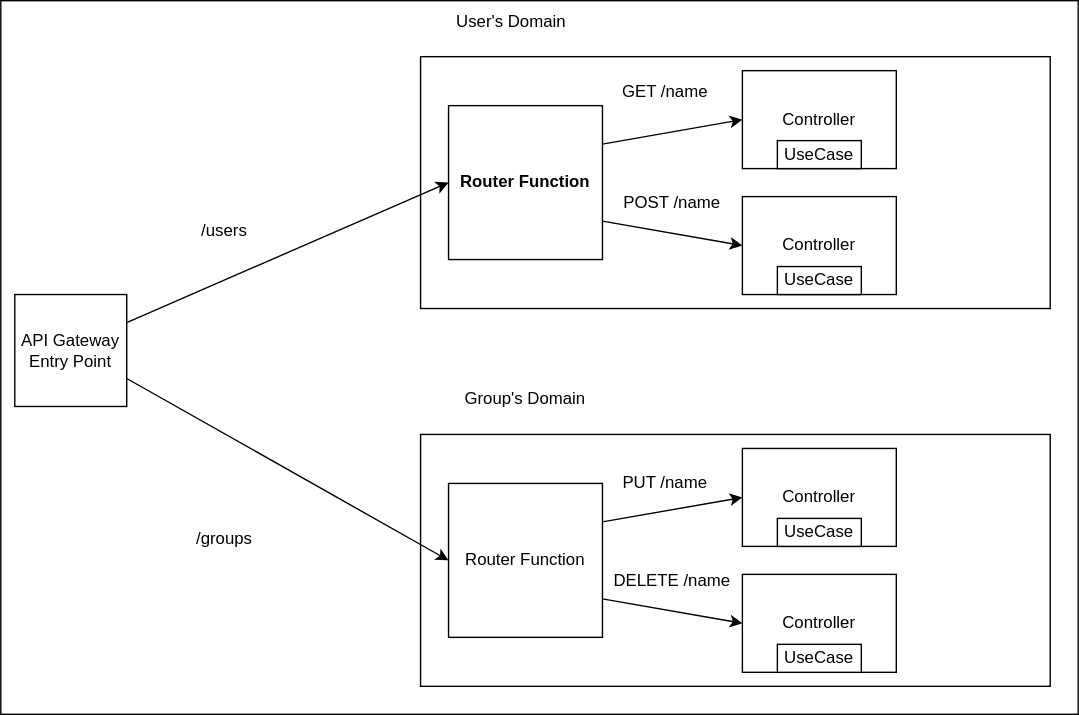
The draw.io diagram backend/main/img/routers.drawio.svg in nishiki-tech/nishiki-backend, before a commit. Source tidied: cells renumbered, new cells last; positions are measured from the earlier drawing's top-left corner, leaving out a move shared by most shapes.
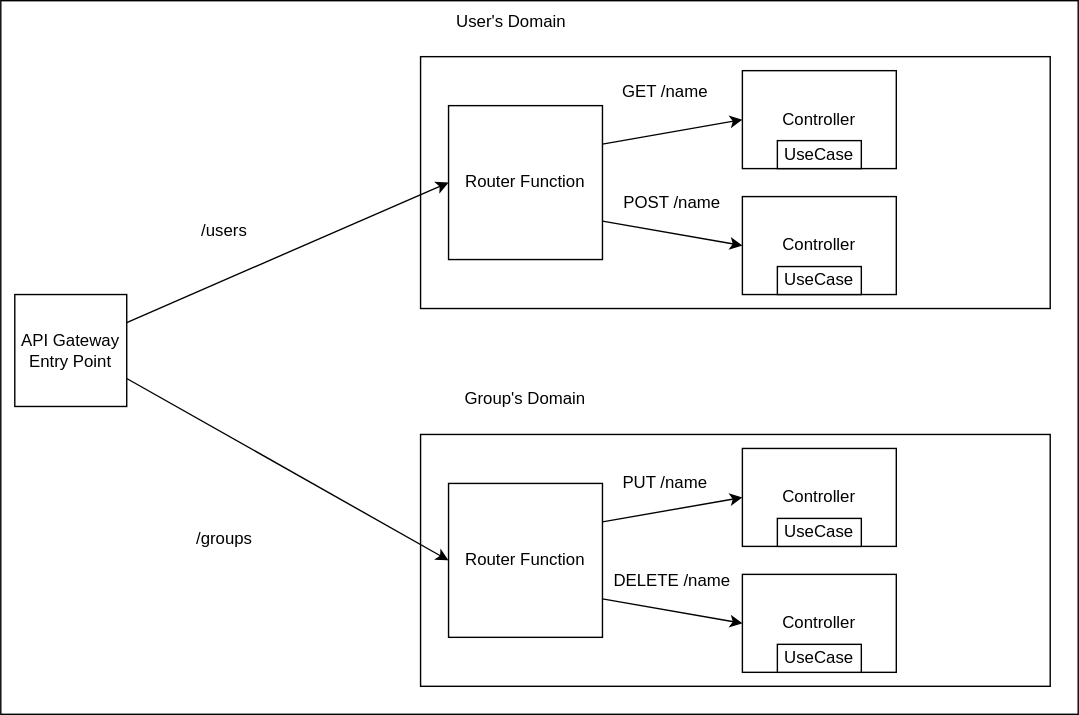
After the change.

Commit message:
chore: fixed the font from bold to plain

What changed in the source:
```diff
@@ -20,7 +20,7 @@
     <mxCell id="7" value="Group's Domain" style="text;html=1;strokeColor=none;fillColor=none;align=center;verticalAlign=middle;whiteSpace=wrap;rounded=0;" parent="1" vertex="1">
       <mxGeometry x="310" y="270" width="130" height="30" as="geometry" />
     </mxCell>
-    <mxCell id="8" value="Router Function" style="rounded=0;whiteSpace=wrap;html=1;fontStyle=1;" parent="1" vertex="1">
+    <mxCell id="8" value="&lt;span style=&quot;font-weight: normal;&quot;&gt;Router Function&lt;/span&gt;" style="rounded=0;whiteSpace=wrap;html=1;fontStyle=1;" parent="1" vertex="1">
       <mxGeometry x="320" y="75" width="110" height="110" as="geometry" />
     </mxCell>
     <mxCell id="9" value="Router Function" style="rounded=0;whiteSpace=wrap;html=1;" parent="1" vertex="1">
```
